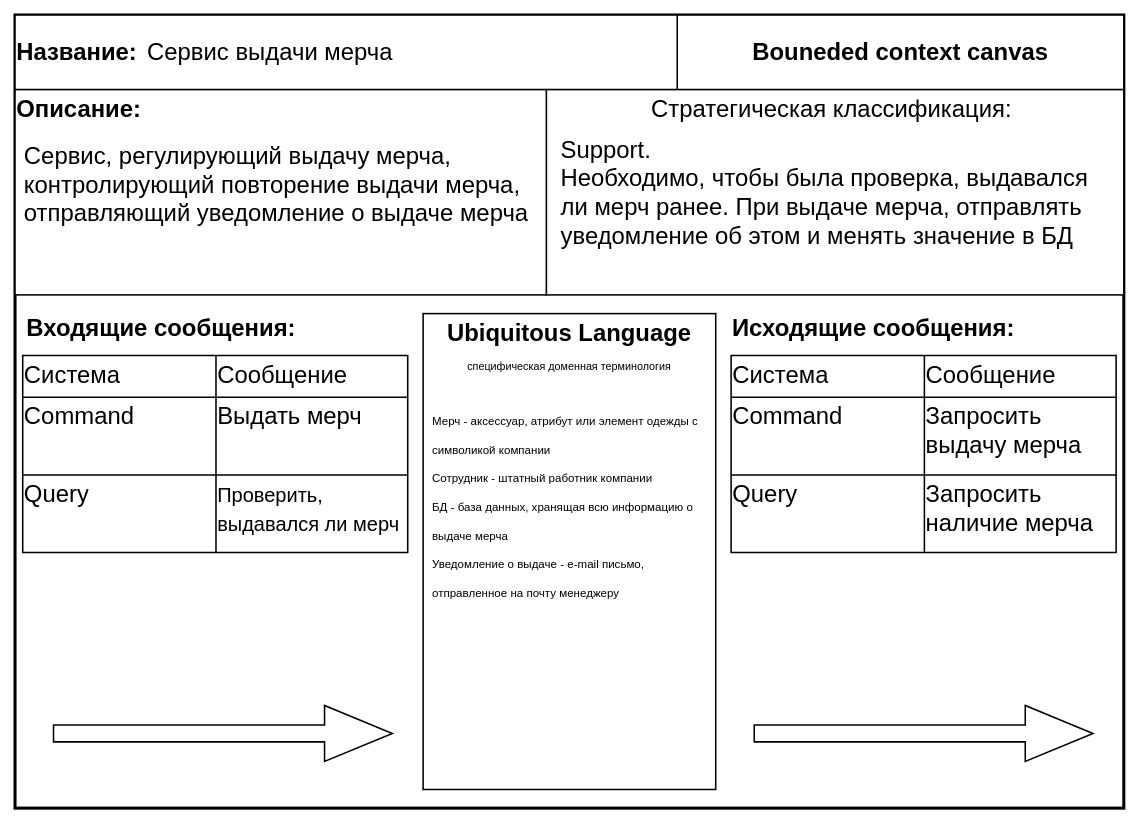
Before: common/bounded-context-canvas.drawio in ozon-edu-csharp-2021/asimonenkov, a draw.io diagram. Source tidied: cells renumbered, new cells numbered last; positions are measured from the earlier drawing's top-left corner, leaving out a move shared by most shapes. Both pictures are drawn from the tidied source at 77%, with x=0, y=0 at pixel (15, 15).
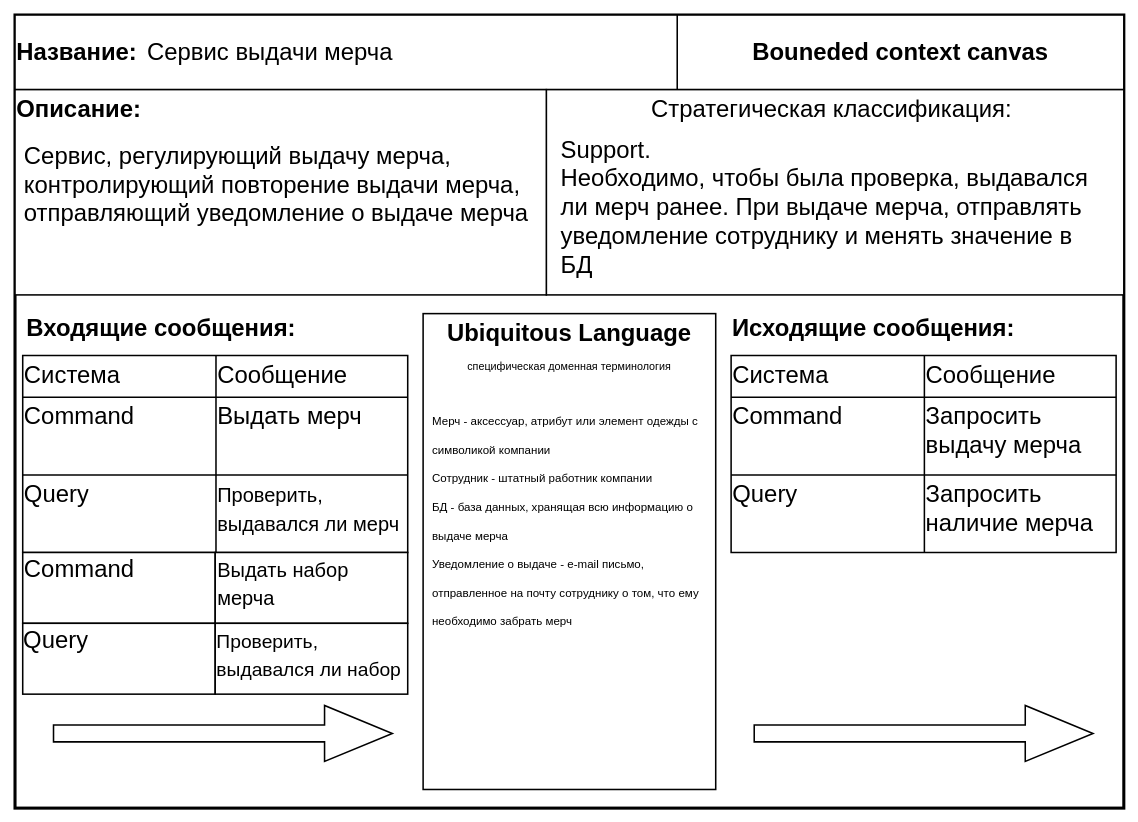
The same diagram, later.

Unchanged cells that the change refers to:
```xml
<mxCell id="2" style="group;" parent="1" vertex="1">
  <mxGeometry width="1440" height="1030" as="geometry" />
</mxCell>
<mxCell id="3" style="group;" parent="2" vertex="1">
  <mxGeometry width="1440" height="1030" as="geometry" />
</mxCell>
<mxCell id="30" style="group;" parent="2" vertex="1">
  <mxGeometry width="1440" height="363.5" as="geometry" />
</mxCell>
```

Change to the diagram source:
```diff
@@
+    <mxCell id="43" style="rounded=0;whiteSpace=wrap;html=1;strokeWidth=2;" parent="3" vertex="1">
+      <mxGeometry x="10" y="698" width="250" height="92" as="geometry" />
+    </mxCell>
+    <mxCell id="44" style="rounded=0;whiteSpace=wrap;html=1;strokeWidth=2;" parent="3" vertex="1">
+      <mxGeometry x="260" y="698" width="250" height="92" as="geometry" />
+    </mxCell>
+    <mxCell id="45" value="Command" style="shape=partialRectangle;html=1;whiteSpace=wrap;fillColor=none;top=0;left=0;bottom=0;right=0;overflow=hidden;rounded=0;shadow=0;glass=0;sketch=0;fontSize=31;strokeColor=default;strokeWidth=2;align=left;verticalAlign=top;" parent="3" vertex="1">
+      <mxGeometry x="10" y="693.5" width="251" height="101" as="geometry" />
+    </mxCell>
+    <mxCell id="46" value="&lt;span style=&quot;font-size: 26px&quot;&gt;Выдать набор мерча&lt;/span&gt;" style="shape=partialRectangle;html=1;whiteSpace=wrap;fillColor=none;top=0;left=0;bottom=0;right=0;overflow=hidden;rounded=0;shadow=0;glass=0;sketch=0;fontSize=31;strokeColor=default;strokeWidth=2;align=left;verticalAlign=top;" parent="3" vertex="1">
+      <mxGeometry x="261" y="693.5" width="249" height="101" as="geometry" />
+    </mxCell>
+    <mxCell id="47" style="rounded=0;whiteSpace=wrap;html=1;strokeWidth=2;" parent="3" vertex="1">
+      <mxGeometry x="10" y="790" width="250" height="92" as="geometry" />
+    </mxCell>
+    <mxCell id="48" style="rounded=0;whiteSpace=wrap;html=1;strokeWidth=2;" parent="3" vertex="1">
+      <mxGeometry x="260" y="790" width="250" height="92" as="geometry" />
+    </mxCell>
+    <mxCell id="49" value="Query" style="shape=partialRectangle;html=1;whiteSpace=wrap;fillColor=none;top=0;left=0;bottom=0;right=0;overflow=hidden;rounded=0;shadow=0;glass=0;sketch=0;fontSize=31;strokeColor=default;strokeWidth=2;align=left;verticalAlign=top;" parent="3" vertex="1">
+      <mxGeometry x="9" y="785.5" width="251" height="101" as="geometry" />
+    </mxCell>
+    <mxCell id="50" value="&lt;font style=&quot;font-size: 25px&quot;&gt;Проверить, выдавался ли набор&lt;/font&gt;" style="shape=partialRectangle;html=1;whiteSpace=wrap;fillColor=none;top=0;left=0;bottom=0;right=0;overflow=hidden;rounded=0;shadow=0;glass=0;sketch=0;fontSize=31;strokeColor=default;strokeWidth=2;align=left;verticalAlign=top;" parent="3" vertex="1">
+      <mxGeometry x="260" y="785.5" width="249" height="101" as="geometry" />
+    </mxCell>
@@
-    <mxCell id="41" value="Support.&lt;br&gt;Необходимо, чтобы была проверка, выдавался ли мерч ранее. При выдаче мерча, отправлять уведомление об этом и менять значение в БД" style="text;html=1;strokeColor=none;fillColor=none;align=left;verticalAlign=top;whiteSpace=wrap;rounded=0;shadow=0;fontSize=31;" parent="30" vertex="1">
+    <mxCell id="41" value="Support.&lt;br&gt;Необходимо, чтобы была проверка, выдавался ли мерч ранее. При выдаче мерча, отправлять уведомление сотруднику и менять значение в БД" style="text;html=1;strokeColor=none;fillColor=none;align=left;verticalAlign=top;whiteSpace=wrap;rounded=0;shadow=0;fontSize=31;" parent="30" vertex="1">
       <mxGeometry x="707" y="150" width="713" height="200" as="geometry" />
     </mxCell>
-    <mxCell id="42" value="&lt;font style=&quot;font-size: 15px&quot;&gt;Мерч - аксессуар, атрибут или элемент одежды с символикой компании&lt;br&gt;Сотрудник - штатный работник компании&lt;br&gt;БД - база данных, хранящая всю информацию о выдаче мерча&lt;br&gt;Уведомление о выдаче - e-mail письмо, отправленное на почту менеджеру&amp;nbsp;&lt;/font&gt;" style="text;html=1;strokeColor=none;fillColor=none;align=left;verticalAlign=top;whiteSpace=wrap;rounded=0;shadow=0;glass=0;sketch=0;fontSize=31;" parent="2" vertex="1">
+    <mxCell id="42" value="&lt;font style=&quot;font-size: 15px&quot;&gt;Мерч - аксессуар, атрибут или элемент одежды с символикой компании&lt;br&gt;Сотрудник - штатный работник компании&lt;br&gt;БД - база данных, хранящая всю информацию о выдаче мерча&lt;br&gt;Уведомление о выдаче - e-mail письмо, отправленное на почту сотруднику о том, что ему необходимо забрать мерч&lt;/font&gt;" style="text;html=1;strokeColor=none;fillColor=none;align=left;verticalAlign=top;whiteSpace=wrap;rounded=0;shadow=0;glass=0;sketch=0;fontSize=31;" parent="2" vertex="1">
       <mxGeometry x="540" y="496.8" width="360" height="353.2" as="geometry" />
     </mxCell>
```
